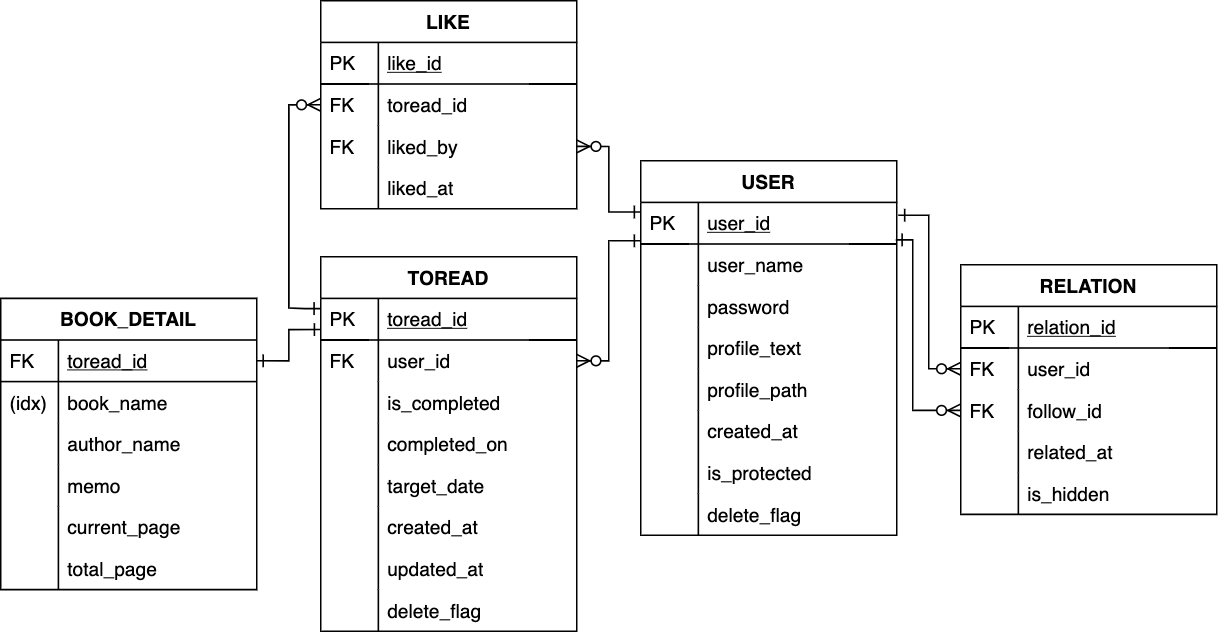
The draw.io diagram images/ERDiagram.png in kawabata2018/suodu-a-to-read-list-app, before a commit. Source tidied: cells renumbered, new cells last; positions are measured from the earlier drawing's top-left corner, leaving out a move shared by most shapes.
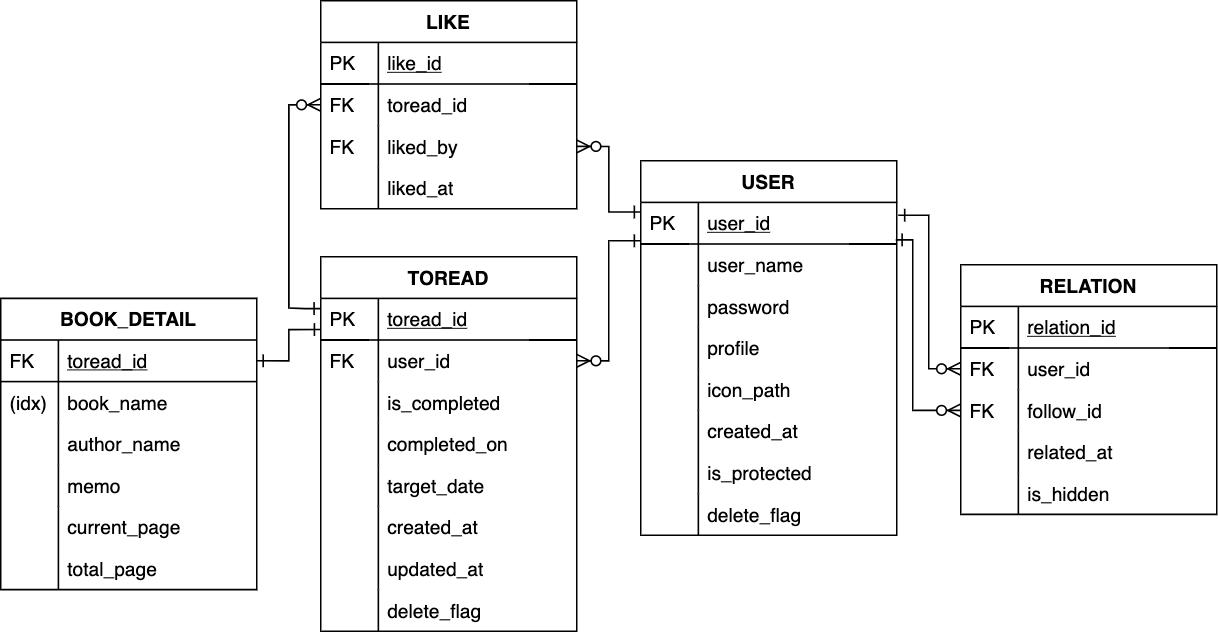
Above is the later version.

The edit, as a diff of the source:
```diff
@@ -68,13 +68,13 @@
     <mxCell id="13" style="shape=partialRectangle;top=0;left=0;bottom=0;fillColor=none;align=left;verticalAlign=top;spacingLeft=4;spacingRight=4;overflow=hidden;" parent="12" vertex="1">
       <mxGeometry width="36" height="26" as="geometry" />
     </mxCell>
-    <mxCell id="14" value="profile_text" style="shape=partialRectangle;top=0;left=0;right=0;bottom=0;align=left;verticalAlign=top;fillColor=none;spacingLeft=40;spacingRight=4;overflow=hidden;rounded=0;shadow=0;strokeWidth=1;" parent="7" vertex="1">
+    <mxCell id="14" value="profile" style="shape=partialRectangle;top=0;left=0;right=0;bottom=0;align=left;verticalAlign=top;fillColor=none;spacingLeft=40;spacingRight=4;overflow=hidden;rounded=0;shadow=0;strokeWidth=1;" parent="7" vertex="1">
       <mxGeometry y="104" width="160" height="26" as="geometry" />
     </mxCell>
     <mxCell id="15" style="shape=partialRectangle;top=0;left=0;bottom=0;fillColor=none;align=left;verticalAlign=top;spacingLeft=4;spacingRight=4;overflow=hidden;" parent="14" vertex="1">
       <mxGeometry width="36" height="26" as="geometry" />
     </mxCell>
-    <mxCell id="16" value="profile_path" style="shape=partialRectangle;top=0;left=0;right=0;bottom=0;align=left;verticalAlign=top;fillColor=none;spacingLeft=40;spacingRight=4;overflow=hidden;rounded=0;shadow=0;strokeWidth=1;" parent="7" vertex="1">
+    <mxCell id="16" value="icon_path" style="shape=partialRectangle;top=0;left=0;right=0;bottom=0;align=left;verticalAlign=top;fillColor=none;spacingLeft=40;spacingRight=4;overflow=hidden;rounded=0;shadow=0;strokeWidth=1;" parent="7" vertex="1">
       <mxGeometry y="130" width="160" height="26" as="geometry" />
     </mxCell>
     <mxCell id="17" style="shape=partialRectangle;top=0;left=0;bottom=0;fillColor=none;align=left;verticalAlign=top;spacingLeft=4;spacingRight=4;overflow=hidden;" parent="16" vertex="1">
```
